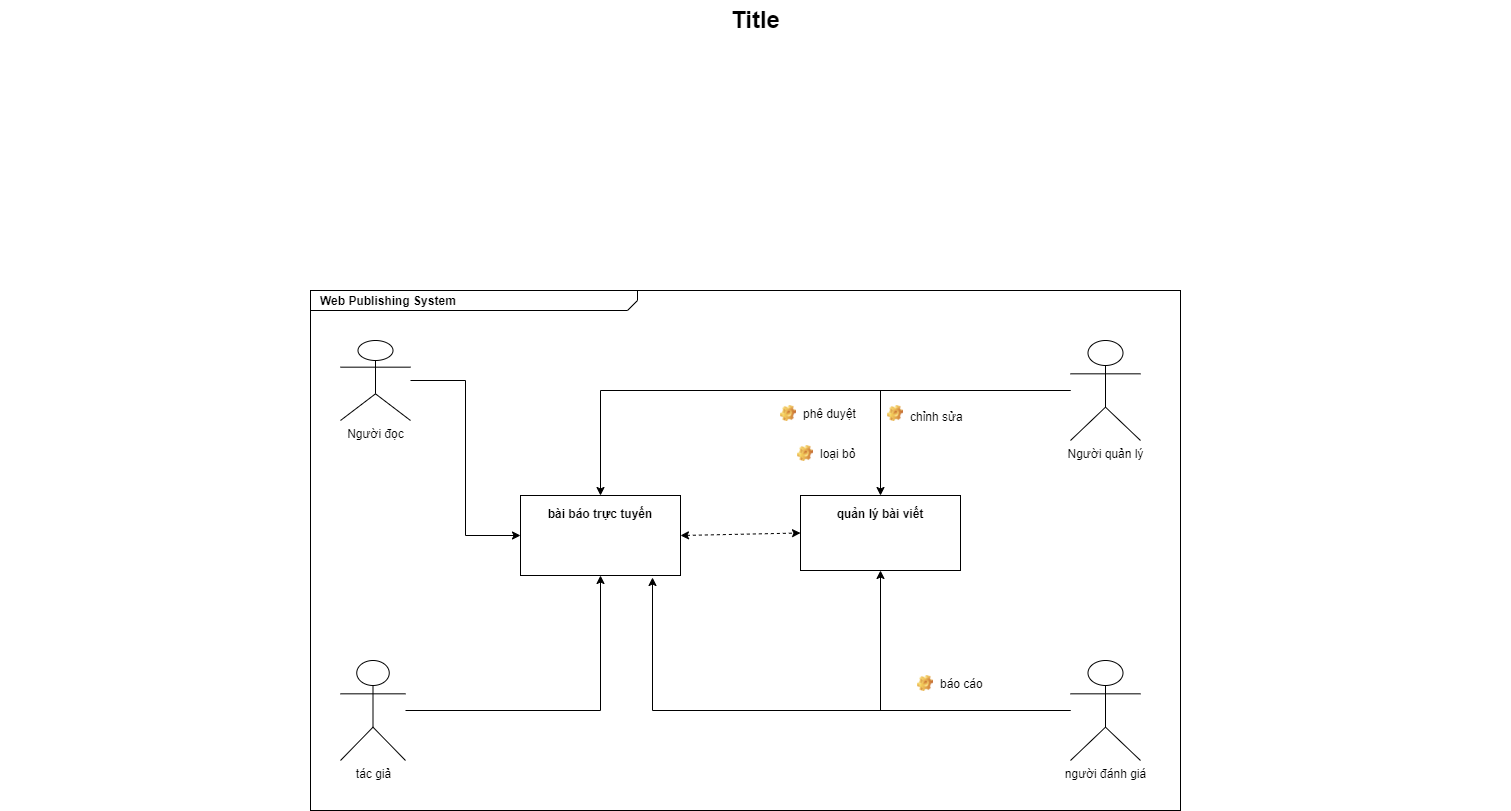
This is .github/UMl.png from stephenka00/hello-github-actions, a draw.io export, as it was before one commit. Source tidied: cells renumbered, new cells last; positions are measured from the earlier drawing's top-left corner, leaving out a move shared by most shapes.
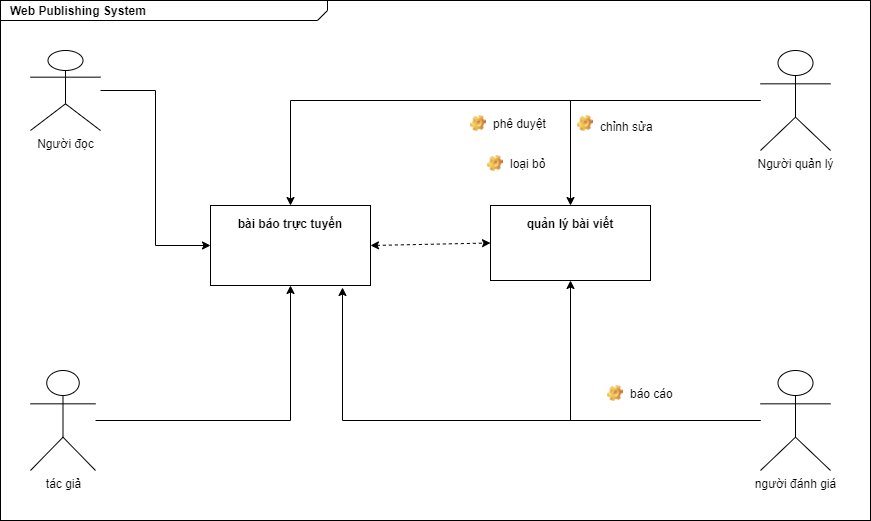
After the commit.

Diff of the diagram source:
```diff
@@ -11,9 +11,6 @@
     <mxCell id="4" value="&lt;p&gt;quản lý bài viết&lt;/p&gt;" style="shape=rect;html=1;overflow=fill;whiteSpace=wrap;align=center;fontStyle=1;" parent="1" vertex="1">
       <mxGeometry x="800" y="495" width="160" height="75" as="geometry" />
     </mxCell>
-    <mxCell id="5" value="Title" style="text;strokeColor=none;fillColor=none;html=1;fontSize=24;fontStyle=1;verticalAlign=middle;align=center;" parent="1" vertex="1">
-      <mxGeometry width="1510" height="40" as="geometry" />
-    </mxCell>
     <mxCell id="6" style="edgeStyle=orthogonalEdgeStyle;rounded=0;jettySize=auto;html=1;entryX=0;entryY=0.5;entryDx=0;entryDy=0;" parent="1" edge="1" source="7" target="3">
       <mxGeometry relative="1" as="geometry" />
     </mxCell>
```
